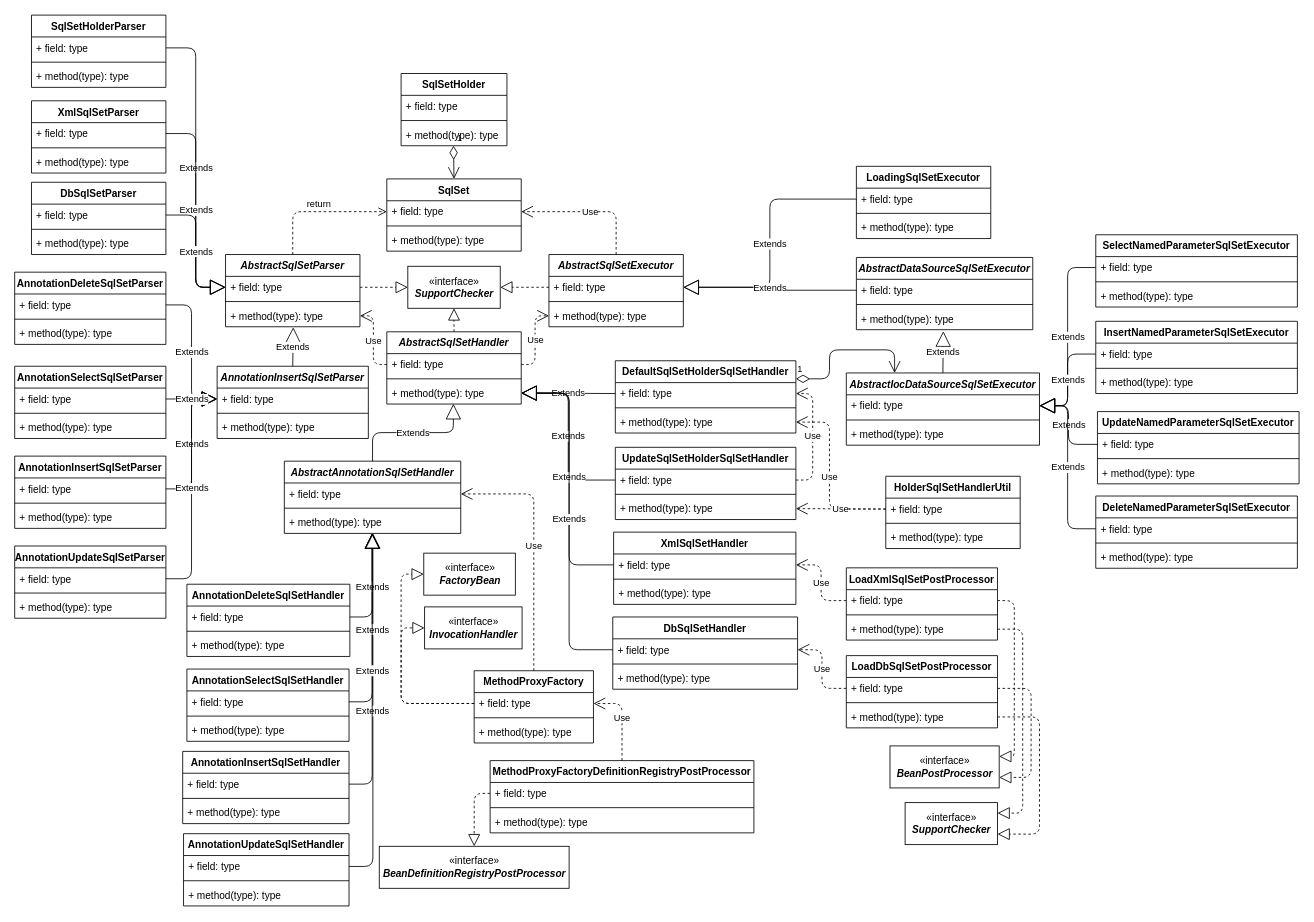
The draw.io diagram doc/SqlSet.drawio in waltertan1988/springboot-orm, before the edit. Source tidied: cells renumbered, new cells numbered last; positions are measured from the earlier drawing's top-left corner, leaving out a move shared by most shapes. Both pictures are drawn from the tidied source at 84%, with x=0, y=0 at pixel (14, 15).
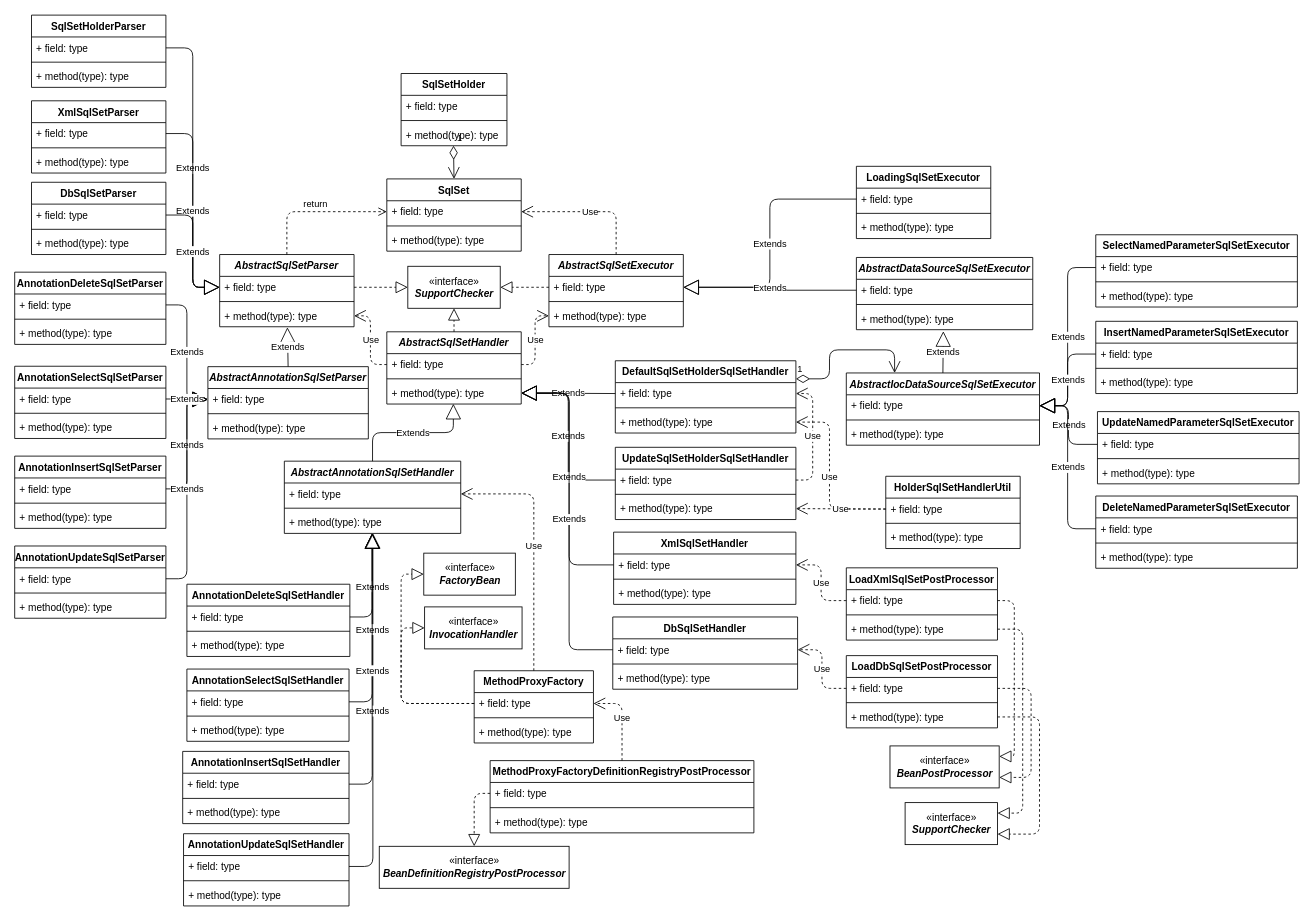
The same page after the edit.

The edit, as a diff of the source:
```diff
@@
     <mxCell id="8" value="AbstractSqlSetParser" style="swimlane;fontStyle=3;align=center;verticalAlign=top;horizontal=1;startSize=26;" parent="1" vertex="1">
-      <mxGeometry x="251" y="284.5" width="160" height="86" as="geometry" />
+      <mxGeometry x="244" y="284.5" width="160" height="86" as="geometry" />
     </mxCell>
@@
-    <mxCell id="62" value="AnnotationInsertSqlSetParser" style="swimlane;fontStyle=3;align=center;verticalAlign=top;horizontal=1;startSize=26;" parent="1" vertex="1">
-      <mxGeometry x="241" y="417.5" width="180" height="86" as="geometry" />
+    <mxCell id="62" value="AbstractAnnotationSqlSetParser" style="swimlane;fontStyle=3;align=center;verticalAlign=top;horizontal=1;startSize=26;" parent="1" vertex="1">
+      <mxGeometry x="230" y="418" width="191" height="86" as="geometry" />
     </mxCell>
     <mxCell id="63" value="+ field: type" style="text;strokeColor=none;fillColor=none;align=left;verticalAlign=top;spacingLeft=4;spacingRight=4;overflow=hidden;points=[[0,0.5],[1,0.5]];portConstraint=eastwest;" parent="62" vertex="1">
-      <mxGeometry y="26" width="180" height="26" as="geometry" />
+      <mxGeometry y="26" width="191" height="26" as="geometry" />
     </mxCell>
     <mxCell id="64" style="line;strokeWidth=1;fillColor=none;align=left;verticalAlign=middle;spacingTop=-1;spacingLeft=3;spacingRight=3;labelPosition=right;" parent="62" vertex="1">
-      <mxGeometry y="52" width="180" height="8" as="geometry" />
+      <mxGeometry y="52" width="191" height="8" as="geometry" />
     </mxCell>
     <mxCell id="65" value="+ method(type): type" style="text;strokeColor=none;fillColor=none;align=left;verticalAlign=top;spacingLeft=4;spacingRight=4;overflow=hidden;" parent="62" vertex="1">
-      <mxGeometry y="60" width="180" height="26" as="geometry" />
+      <mxGeometry y="60" width="191" height="26" as="geometry" />
     </mxCell>
```
